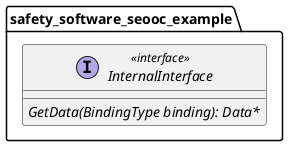
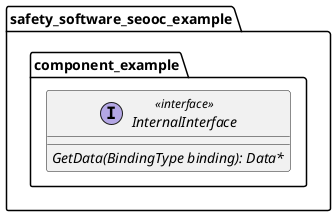
' *******************************************************************************
' Copyright (c) 2025 Contributors to the Eclipse Foundation
'
' See the NOTICE file(s) distributed with this work for additional
' information regarding copyright ownership.
'
' This program and the accompanying materials are made available under the
' terms of the Apache License Version 2.0 which is available at
' https://www.apache.org/licenses/LICENSE-2.0
'
' SPDX-License-Identifier: Apache-2.0
' *******************************************************************************

@startuml

- package "safety_software_seooc_example" {
-   interface "InternalInterface" as InternalInterface <<interface>>{
-     {abstract} GetData(BindingType binding): Data*
+ namespace safety_software_seooc_example {
+   namespace component_example {
+     interface "InternalInterface" as InternalInterface <<interface>>{
+       {abstract} GetData(BindingType binding): Data*
+     }
  }
}

@enduml
